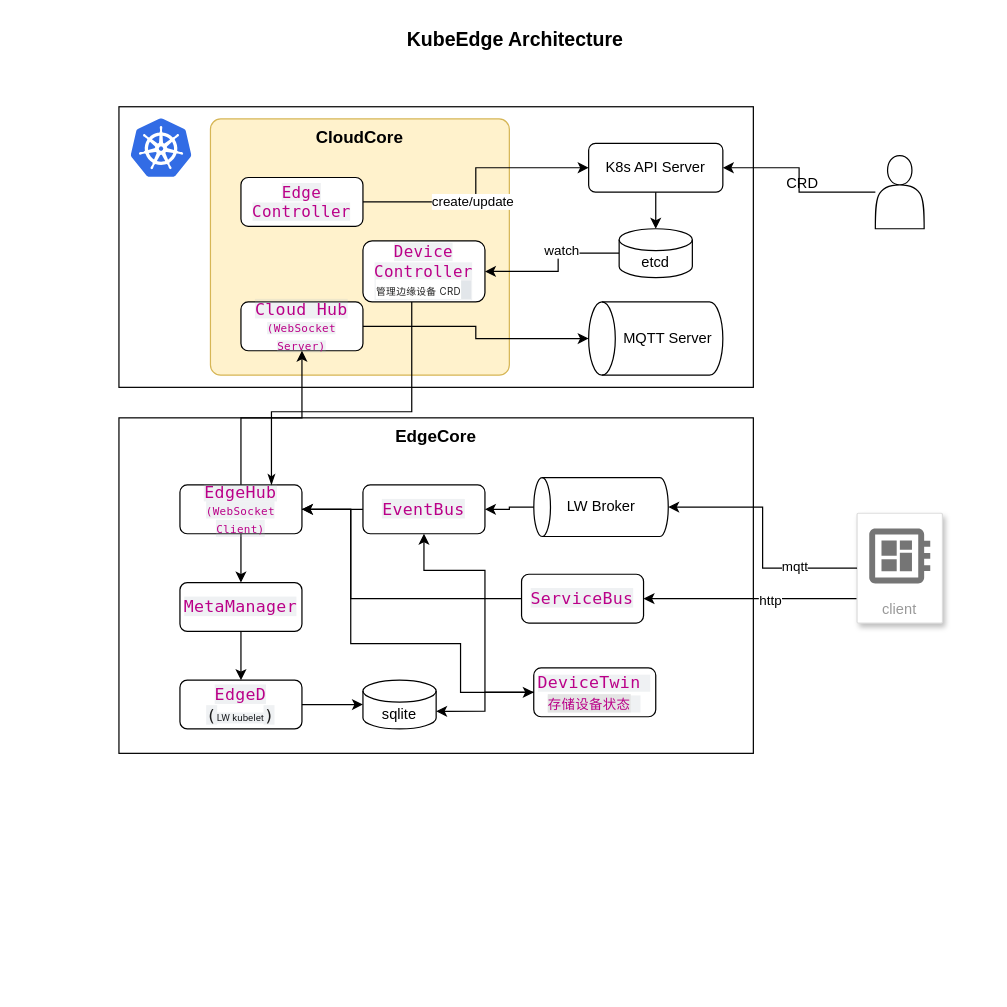
Before: KubeEdge.drawio in gengjie/aws_architecture, a draw.io diagram. Source tidied: cells renumbered, new cells numbered last; positions are measured from the earlier drawing's top-left corner, leaving out a move shared by most shapes. Both pictures are drawn from the tidied source at 122%, with x=0, y=0 at pixel (118, 21).
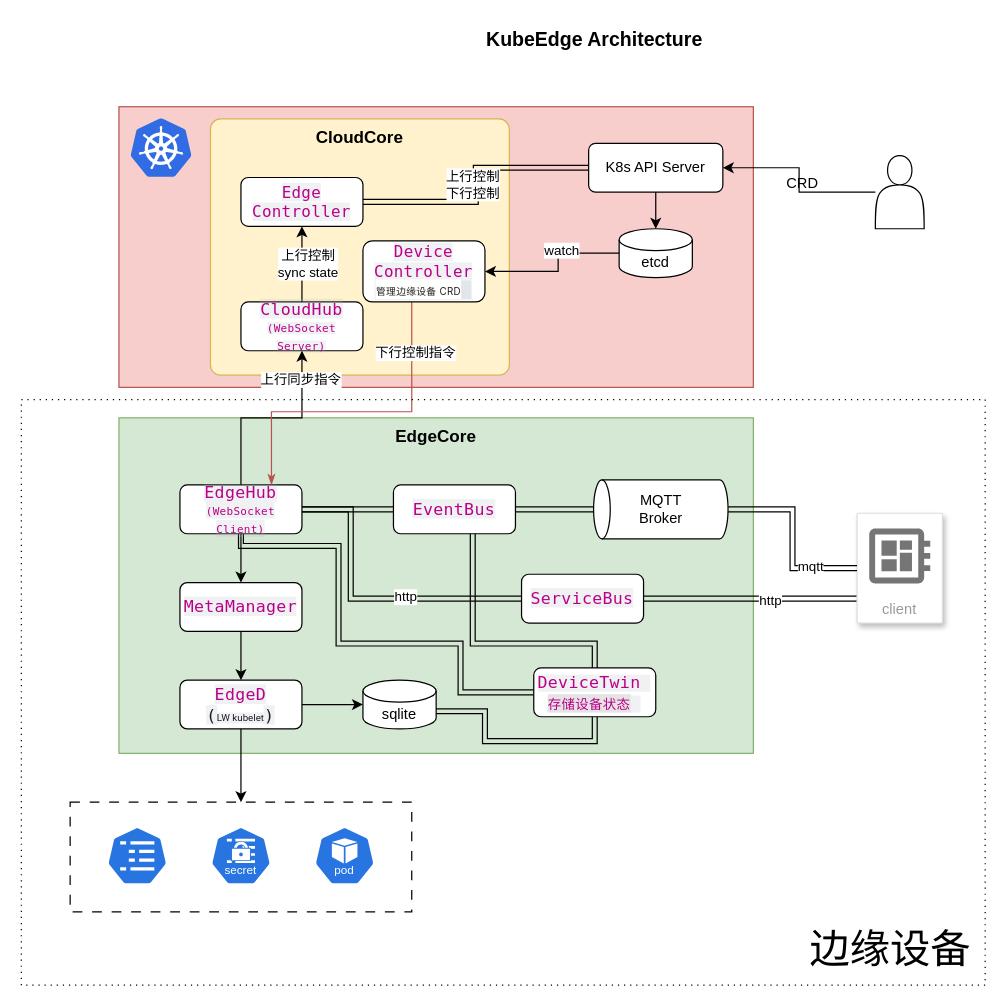
Above is the later version.

The change refers to these unchanged cells:
```xml
<mxCell id="8" style="edgeStyle=orthogonalEdgeStyle;rounded=0;jettySize=auto;html=1;entryX=0.5;entryY=1;entryDx=0;entryDy=0;shadow=0;" parent="1" edge="1" source="11" target="7">
  <mxGeometry relative="1" as="geometry" />
</mxCell>
<mxCell id="11" value="&lt;div style=&quot;&quot;&gt;&lt;font color=&quot;rgba(0, 0, 0, 0.88)&quot; face=&quot;ui-monospace, SFMono-Regular, SF Mono, Menlo, Consolas, Liberation Mono, monospace&quot;&gt;&lt;span style=&quot;letter-spacing: 0.25px; white-space-collapse: preserve-breaks; background-color: rgba(175, 184, 193, 0.2);&quot;&gt;&lt;span style=&quot;font-size: 13.6px;&quot;&gt;EdgeHub&lt;br&gt;&lt;/span&gt;&lt;font style=&quot;font-size: 9px;&quot;&gt;(WebSocket Client)&lt;/font&gt;&lt;/span&gt;&lt;/font&gt;&lt;/div&gt;" style="rounded=1;whiteSpace=wrap;html=1;align=center;" parent="1" vertex="1">
  <mxGeometry x="50" y="380" width="100" height="40" as="geometry" />
</mxCell>
<mxCell id="14" value="&lt;div&gt;&lt;font color=&quot;rgba(0, 0, 0, 0.88)&quot; face=&quot;ui-monospace, SFMono-Regular, SF Mono, Menlo, Consolas, Liberation Mono, monospace&quot;&gt;&lt;span style=&quot;letter-spacing: 0.25px; white-space-collapse: preserve-breaks; background-color: rgba(175, 184, 193, 0.2);&quot;&gt;Edge&lt;br/&gt;Controller&lt;/span&gt;&lt;/font&gt;&lt;/div&gt;" style="rounded=1;whiteSpace=wrap;html=1;align=center;fontSize=13;" parent="1" vertex="1">
  <mxGeometry x="100" y="128" width="100" height="40" as="geometry" />
</mxCell>
<mxCell id="15" value="K8s API Server" style="rounded=1;whiteSpace=wrap;html=1;arcSize=14;" parent="1" vertex="1">
  <mxGeometry x="385" y="100" width="110" height="40" as="geometry" />
</mxCell>
<mxCell id="17" value="&lt;font color=&quot;rgba(0, 0, 0, 0.88)&quot; face=&quot;ui-monospace, SFMono-Regular, SF Mono, Menlo, Consolas, Liberation Mono, monospace&quot;&gt;&lt;span style=&quot;letter-spacing: 0.25px; background-color: rgba(175, 184, 193, 0.2);&quot;&gt;&lt;span style=&quot;white-space-collapse: preserve-breaks;&quot;&gt;Device&lt;/span&gt;&lt;br&gt;&lt;span style=&quot;white-space-collapse: preserve-breaks;&quot;&gt;Controller&lt;/span&gt;&lt;br/&gt;&lt;div style=&quot;white-space-collapse: preserve-breaks; background-color: light-dark(rgba(175, 184, 193, 0.2), rgb(73, 81, 89)); text-align: center;&quot;&gt;&lt;span style=&quot;color: light-dark(rgba(0, 0, 0, 0.88), rgb(237, 237, 237)); white-space-collapse: collapse; font-family: Inter, -apple-system, BlinkMacSystemFont, &amp;quot;Segoe UI&amp;quot;, &amp;quot;SF Pro SC&amp;quot;, &amp;quot;SF Pro Display&amp;quot;, &amp;quot;SF Pro Icons&amp;quot;, &amp;quot;PingFang SC&amp;quot;, &amp;quot;Hiragino Sans GB&amp;quot;, &amp;quot;Microsoft YaHei&amp;quot;, &amp;quot;Helvetica Neue&amp;quot;, Helvetica, Arial, &amp;quot;Times New Roman&amp;quot;, &amp;quot;Arial Unicode MS&amp;quot;, &amp;quot;Lucida Sans Unicode&amp;quot;, KaTeX_Main, sans-serif; text-align: start; background-color: rgb(255, 255, 255);&quot;&gt;&lt;font style=&quot;font-size: 8px;&quot;&gt;管理边缘设备 CRD&lt;/font&gt;&lt;/span&gt;&lt;span style=&quot;background-color: light-dark(rgba(175, 184, 193, 0.2), rgb(73, 81, 89)); color: light-dark(rgba(0, 0, 0, 0.88), rgb(237, 237, 237));&quot;&gt;&amp;nbsp;&lt;/span&gt;&lt;/div&gt;&lt;/span&gt;&lt;/font&gt;" style="rounded=1;whiteSpace=wrap;html=1;align=center;fontSize=13;" parent="1" vertex="1">
  <mxGeometry x="200" y="180" width="100" height="50" as="geometry" />
</mxCell>
<mxCell id="29" value="&lt;div style=&quot;&quot;&gt;&lt;font face=&quot;ui-monospace, SFMono-Regular, SF Mono, Menlo, Consolas, Liberation Mono, monospace&quot; color=&quot;rgba(0, 0, 0, 0.88)&quot;&gt;&lt;span style=&quot;letter-spacing: 0.25px; white-space-collapse: preserve-breaks; background-color: rgba(175, 184, 193, 0.2);&quot;&gt;&lt;span style=&quot;font-size: 13.6px;&quot;&gt;DeviceTwin&amp;nbsp;&lt;br/&gt;&lt;/span&gt;&lt;span style=&quot;font-family: Inter, -apple-system, BlinkMacSystemFont, &amp;quot;Segoe UI&amp;quot;, &amp;quot;SF Pro SC&amp;quot;, &amp;quot;SF Pro Display&amp;quot;, &amp;quot;SF Pro Icons&amp;quot;, &amp;quot;PingFang SC&amp;quot;, &amp;quot;Hiragino Sans GB&amp;quot;, &amp;quot;Microsoft YaHei&amp;quot;, &amp;quot;Helvetica Neue&amp;quot;, Helvetica, Arial, &amp;quot;Times New Roman&amp;quot;, &amp;quot;Arial Unicode MS&amp;quot;, &amp;quot;Lucida Sans Unicode&amp;quot;, KaTeX_Main, sans-serif; text-align: start; white-space-collapse: collapse; background-color: rgb(228, 228, 228);&quot;&gt;&lt;font style=&quot;font-size: 11px;&quot;&gt;存储设备状态&lt;/font&gt;&lt;/span&gt;&lt;span style=&quot;font-size: 13.6px;&quot;&gt;&amp;nbsp;&lt;/span&gt;&lt;/span&gt;&lt;/font&gt;&lt;/div&gt;" style="rounded=1;whiteSpace=wrap;html=1;align=center;" parent="1" vertex="1">
  <mxGeometry x="340" y="530" width="100" height="40" as="geometry" />
</mxCell>
<mxCell id="30" value="sqlite" style="shape=cylinder3;whiteSpace=wrap;html=1;boundedLbl=1;backgroundOutline=1;size=8.980804443359375;" parent="1" vertex="1">
  <mxGeometry x="200" y="540" width="60" height="40" as="geometry" />
</mxCell>
<mxCell id="31" value="&lt;div style=&quot;&quot;&gt;&lt;font face=&quot;ui-monospace, SFMono-Regular, SF Mono, Menlo, Consolas, Liberation Mono, monospace&quot; color=&quot;rgba(0, 0, 0, 0.88)&quot;&gt;&lt;span style=&quot;font-size: 13.6px; letter-spacing: 0.25px; white-space-collapse: preserve-breaks; background-color: rgba(175, 184, 193, 0.2);&quot;&gt;EdgeD&lt;/span&gt;&lt;/font&gt;&lt;/div&gt;&lt;div style=&quot;text-align: start;&quot;&gt;&lt;font&gt;&lt;span style=&quot;color: light-dark(rgba(0, 0, 0, 0.88), rgb(237, 237, 237)); font-family: ui-monospace, SFMono-Regular, &amp;quot;SF Mono&amp;quot;, Menlo, Consolas, &amp;quot;Liberation Mono&amp;quot;, monospace; font-size: 13.6px; letter-spacing: 0.25px; white-space-collapse: preserve-breaks; background-color: rgba(175, 184, 193, 0.2);&quot;&gt;(&lt;/span&gt;&lt;span style=&quot;font-size: 8px; background-color: rgba(175, 184, 193, 0.2);&quot;&gt;&lt;font face=&quot;Roboto, sans-serif&quot; color=&quot;#1c1e21&quot;&gt;LW kubelet&lt;/font&gt;&lt;/span&gt;&lt;/font&gt;&lt;span style=&quot;background-color: light-dark(rgba(175, 184, 193, 0.2), rgb(73, 81, 89)); font-size: 13.6px; letter-spacing: 0.25px; white-space-collapse: preserve-breaks; color: light-dark(rgba(0, 0, 0, 0.88), rgb(237, 237, 237)); font-family: ui-monospace, SFMono-Regular, &amp;quot;SF Mono&amp;quot;, Menlo, Consolas, &amp;quot;Liberation Mono&amp;quot;, monospace;&quot;&gt;)&lt;/span&gt;&lt;/div&gt;" style="rounded=1;whiteSpace=wrap;html=1;align=center;" parent="1" vertex="1">
  <mxGeometry x="50" y="540" width="100" height="40" as="geometry" />
</mxCell>
<mxCell id="37" style="group;" parent="1" vertex="1">
  <mxGeometry x="340" y="370" width="136.7" height="83.2" as="geometry" />
</mxCell>
<mxCell id="43" value="client" style="fillColor=#ffffff;strokeColor=#dddddd;shadow=1;strokeWidth=1;rounded=1;absoluteArcSize=1;arcSize=2;labelPosition=center;verticalLabelPosition=middle;align=center;verticalAlign=bottom;spacingLeft=0;fontColor=#999999;fontSize=12;whiteSpace=wrap;spacingBottom=2;html=1;" parent="1" vertex="1">
  <mxGeometry x="605" y="403.2" width="70" height="90" as="geometry" />
</mxCell>
<mxCell id="49" value="&lt;div style=&quot;&quot;&gt;&lt;font face=&quot;ui-monospace, SFMono-Regular, SF Mono, Menlo, Consolas, Liberation Mono, monospace&quot; color=&quot;rgba(0, 0, 0, 0.88)&quot;&gt;&lt;span style=&quot;font-size: 13.6px; letter-spacing: 0.25px; white-space-collapse: preserve-breaks; background-color: rgba(175, 184, 193, 0.2);&quot;&gt;ServiceBus&lt;/span&gt;&lt;/font&gt;&lt;/div&gt;" style="rounded=1;whiteSpace=wrap;html=1;align=center;" parent="1" vertex="1">
  <mxGeometry x="330" y="453.2" width="100" height="40" as="geometry" />
</mxCell>
```

Diff of the diagram source:
```diff
@@
-    <mxCell id="2" style="rounded=1;whiteSpace=wrap;html=1;fillColor=none;arcSize=0;" parent="1" vertex="1">
+    <mxCell id="2" style="rounded=1;whiteSpace=wrap;html=1;fillColor=#f8cecc;arcSize=0;strokeColor=#b85450;" parent="1" vertex="1">
       <mxGeometry y="70" width="520" height="230" as="geometry" />
     </mxCell>
@@
     <mxCell id="5" value="KubeEdge Architecture" style="text;html=1;align=center;verticalAlign=middle;whiteSpace=wrap;rounded=0;fontStyle=1;fontSize=16;" parent="1" vertex="1">
-      <mxGeometry x="210" width="230" height="30" as="geometry" />
+      <mxGeometry x="275" width="230" height="30" as="geometry" />
     </mxCell>
-    <mxCell id="6" value="&lt;b&gt;&lt;font style=&quot;font-size: 14px;&quot;&gt;EdgeCore&lt;/font&gt;&lt;/b&gt;" style="rounded=1;whiteSpace=wrap;html=1;fillColor=none;arcSize=0;verticalAlign=top;" parent="1" vertex="1">
+    <mxCell id="6" value="&lt;b&gt;&lt;font style=&quot;font-size: 14px;&quot;&gt;EdgeCore&lt;/font&gt;&lt;/b&gt;" style="rounded=1;whiteSpace=wrap;html=1;fillColor=#d5e8d4;arcSize=0;verticalAlign=top;strokeColor=#82b366;" parent="1" vertex="1">
       <mxGeometry y="325" width="520" height="275" as="geometry" />
     </mxCell>
+    <mxCell id="51" style="edgeStyle=orthogonalEdgeStyle;rounded=0;jettySize=auto;html=1;entryX=0.5;entryY=1;entryDx=0;entryDy=0;" parent="1" edge="1" source="7" target="14">
+      <mxGeometry relative="1" as="geometry" />
+    </mxCell>
+    <mxCell id="52" value="上行控制&lt;br&gt;sync state" style="edgeLabel;html=1;align=center;verticalAlign=middle;" parent="51" vertex="1">
+      <mxGeometry x="0.03" y="-4" relative="1" as="geometry" />
+    </mxCell>
-    <mxCell id="7" value="&lt;div style=&quot;&quot;&gt;&lt;font color=&quot;rgba(0, 0, 0, 0.88)&quot; face=&quot;ui-monospace, SFMono-Regular, SF Mono, Menlo, Consolas, Liberation Mono, monospace&quot;&gt;&lt;span style=&quot;font-size: 13.6px; letter-spacing: 0.25px; white-space-collapse: preserve-breaks; background-color: rgba(175, 184, 193, 0.2);&quot;&gt;Cloud Hub&lt;br&gt;&lt;/span&gt;&lt;/font&gt;&lt;/div&gt;&lt;div style=&quot;&quot;&gt;&lt;font color=&quot;rgba(0, 0, 0, 0.88)&quot; face=&quot;ui-monospace, SFMono-Regular, SF Mono, Menlo, Consolas, Liberation Mono, monospace&quot; style=&quot;font-size: 9px;&quot;&gt;&lt;span style=&quot;letter-spacing: 0.25px; white-space-collapse: preserve-breaks; background-color: rgba(175, 184, 193, 0.2);&quot;&gt;(WebSocket Server)&lt;/span&gt;&lt;/font&gt;&lt;/div&gt;" style="rounded=1;whiteSpace=wrap;html=1;align=center;" parent="1" vertex="1">
+    <mxCell id="7" value="&lt;div style=&quot;&quot;&gt;&lt;font color=&quot;rgba(0, 0, 0, 0.88)&quot; face=&quot;ui-monospace, SFMono-Regular, SF Mono, Menlo, Consolas, Liberation Mono, monospace&quot;&gt;&lt;span style=&quot;font-size: 13.6px; letter-spacing: 0.25px; white-space-collapse: preserve-breaks; background-color: rgba(175, 184, 193, 0.2);&quot;&gt;CloudHub&lt;br&gt;&lt;/span&gt;&lt;/font&gt;&lt;/div&gt;&lt;div style=&quot;&quot;&gt;&lt;font color=&quot;rgba(0, 0, 0, 0.88)&quot; face=&quot;ui-monospace, SFMono-Regular, SF Mono, Menlo, Consolas, Liberation Mono, monospace&quot; style=&quot;font-size: 9px;&quot;&gt;&lt;span style=&quot;letter-spacing: 0.25px; white-space-collapse: preserve-breaks; background-color: rgba(175, 184, 193, 0.2);&quot;&gt;(WebSocket Server)&lt;/span&gt;&lt;/font&gt;&lt;/div&gt;" style="rounded=1;whiteSpace=wrap;html=1;align=center;" parent="1" vertex="1">
       <mxGeometry x="100" y="230" width="100" height="40" as="geometry" />
     </mxCell>
@@
+    <mxCell id="53" value="上行同步指令" style="edgeLabel;html=1;align=center;verticalAlign=middle;" parent="8" vertex="1">
+      <mxGeometry x="0.71" y="2" relative="1" as="geometry" />
+    </mxCell>
@@
-    <mxCell id="10" style="edgeStyle=orthogonalEdgeStyle;rounded=0;jettySize=auto;html=1;entryX=0;entryY=0.5;entryDx=0;entryDy=0;" parent="1" edge="1" source="11" target="29">
+    <mxCell id="10" style="edgeStyle=orthogonalEdgeStyle;rounded=0;jettySize=auto;html=1;entryX=0;entryY=0.5;entryDx=0;entryDy=0;shape=link;" parent="1" edge="1" source="11" target="29">
       <mxGeometry relative="1" as="geometry">
         <Array as="points">
-          <mxPoint x="190" y="400" />
-          <mxPoint x="190" y="510" />
+          <mxPoint x="100" y="430" />
+          <mxPoint x="180" y="430" />
+          <mxPoint x="180" y="510" />
           <mxPoint x="280" y="510" />
           <mxPoint x="280" y="550" />
         </Array>
       </mxGeometry>
     </mxCell>
+    <mxCell id="54" style="edgeStyle=orthogonalEdgeStyle;rounded=0;jettySize=auto;html=1;entryX=0;entryY=0.5;entryDx=0;entryDy=0;shape=link;flowAnimation=1;" parent="1" edge="1" source="11" target="27">
+      <mxGeometry relative="1" as="geometry" />
+    </mxCell>
@@
-    <mxCell id="12" style="edgeStyle=orthogonalEdgeStyle;rounded=0;jettySize=auto;html=1;entryX=0;entryY=0.5;entryDx=0;entryDy=0;" parent="1" edge="1" source="14" target="15">
+    <mxCell id="12" style="edgeStyle=orthogonalEdgeStyle;rounded=0;jettySize=auto;html=1;entryX=0;entryY=0.5;entryDx=0;entryDy=0;shape=link;" parent="1" edge="1" source="14" target="15">
       <mxGeometry relative="1" as="geometry" />
     </mxCell>
-    <mxCell id="13" value="create/update" style="edgeLabel;html=1;align=center;verticalAlign=middle;" parent="12" vertex="1">
-      <mxGeometry x="-0.16" y="1" relative="1" as="geometry" />
+    <mxCell id="13" value="上行控制&lt;br&gt;下行控制" style="edgeLabel;html=1;align=center;verticalAlign=middle;" parent="12" vertex="1">
+      <mxGeometry x="-0.16" y="1" relative="1" as="geometry">
+        <mxPoint y="-14" as="offset" />
+      </mxGeometry>
     </mxCell>
@@
-    <mxCell id="16" style="edgeStyle=orthogonalEdgeStyle;rounded=0;jettySize=auto;html=1;entryX=0.75;entryY=0;entryDx=0;entryDy=0;strokeColor=default;endArrow=classicThin;endFill=1;" parent="1" edge="1" source="17" target="11">
+    <mxCell id="16" style="edgeStyle=orthogonalEdgeStyle;rounded=0;jettySize=auto;html=1;entryX=0.75;entryY=0;entryDx=0;entryDy=0;strokeColor=#b85450;endArrow=classicThin;endFill=1;fillColor=#f8cecc;" parent="1" edge="1" source="17" target="11">
       <mxGeometry relative="1" as="geometry">
         <Array as="points">
           <mxPoint x="240" y="320" />
           <mxPoint x="125" y="320" />
         </Array>
       </mxGeometry>
     </mxCell>
+    <mxCell id="55" value="下行控制指令" style="edgeLabel;html=1;align=center;verticalAlign=middle;" parent="16" vertex="1">
+      <mxGeometry x="-0.69" y="2" relative="1" as="geometry" />
+    </mxCell>
@@
-    <mxCell id="18" style="group;" parent="1" vertex="1">
-      <mxGeometry x="385" y="230" width="110" height="60" as="geometry" />
-    </mxCell>
-    <mxCell id="19" style="shape=cylinder3;whiteSpace=wrap;html=1;boundedLbl=1;backgroundOutline=1;size=10.91925048828125;rotation=-90;" parent="18" vertex="1">
-      <mxGeometry x="25" y="-25" width="60" height="110" as="geometry" />
-    </mxCell>
-    <mxCell id="20" value="MQTT Server" style="text;html=1;align=center;verticalAlign=middle;whiteSpace=wrap;rounded=0;" parent="18" vertex="1">
-      <mxGeometry x="25" y="15" width="80" height="30" as="geometry" />
-    </mxCell>
@@
-    <mxCell id="25" style="edgeStyle=orthogonalEdgeStyle;rounded=0;jettySize=auto;html=1;entryX=0.5;entryY=0;entryDx=0;entryDy=0;entryPerimeter=0;" parent="1" edge="1" source="7" target="19">
-      <mxGeometry relative="1" as="geometry" />
-    </mxCell>
-    <mxCell id="26" style="edgeStyle=orthogonalEdgeStyle;rounded=0;jettySize=auto;html=1;" parent="1" edge="1" source="27" target="11">
-      <mxGeometry relative="1" as="geometry" />
-    </mxCell>
+    <mxCell id="56" style="edgeStyle=orthogonalEdgeStyle;rounded=0;jettySize=auto;html=1;entryX=0.5;entryY=0;entryDx=0;entryDy=0;jumpStyle=none;flowAnimation=1;shape=link;width=-4;" parent="1" edge="1" source="27" target="29">
+      <mxGeometry relative="1" as="geometry">
+        <Array as="points">
+          <mxPoint x="290" y="510" />
+          <mxPoint x="390" y="510" />
+        </Array>
+      </mxGeometry>
+    </mxCell>
     <mxCell id="27" value="&lt;div style=&quot;&quot;&gt;&lt;font face=&quot;ui-monospace, SFMono-Regular, SF Mono, Menlo, Consolas, Liberation Mono, monospace&quot; color=&quot;rgba(0, 0, 0, 0.88)&quot;&gt;&lt;span style=&quot;font-size: 13.6px; letter-spacing: 0.25px; white-space-collapse: preserve-breaks; background-color: rgba(175, 184, 193, 0.2);&quot;&gt;EventBus&lt;/span&gt;&lt;/font&gt;&lt;/div&gt;" style="rounded=1;whiteSpace=wrap;html=1;align=center;" parent="1" vertex="1">
-      <mxGeometry x="200" y="380" width="100" height="40" as="geometry" />
+      <mxGeometry x="225" y="380" width="100" height="40" as="geometry" />
     </mxCell>
-    <mxCell id="28" style="edgeStyle=orthogonalEdgeStyle;rounded=0;jettySize=auto;html=1;entryX=0.5;entryY=1;entryDx=0;entryDy=0;" parent="1" edge="1" source="29" target="27">
-      <mxGeometry relative="1" as="geometry">
-        <Array as="points">
-          <mxPoint x="300" y="550" />
-          <mxPoint x="300" y="450" />
-          <mxPoint x="250" y="450" />
-        </Array>
-      </mxGeometry>
-    </mxCell>
@@
+    <mxCell id="57" style="edgeStyle=orthogonalEdgeStyle;rounded=0;jettySize=auto;html=1;entryX=0.5;entryY=0;entryDx=0;entryDy=0;" parent="1" edge="1" source="31" target="62">
+      <mxGeometry relative="1" as="geometry" />
+    </mxCell>
@@
     <mxCell id="38" style="shape=cylinder3;whiteSpace=wrap;html=1;boundedLbl=1;backgroundOutline=1;size=6.828120117187382;rotation=-90;" parent="37" vertex="1">
-      <mxGeometry x="31" y="-27" width="48.3" height="110.2" as="geometry" />
+      <mxGeometry x="80" y="-25.1" width="48.3" height="110.2" as="geometry" />
     </mxCell>
-    <mxCell id="39" value="LW Broker" style="text;html=1;align=center;verticalAlign=middle;whiteSpace=wrap;rounded=0;" parent="37" vertex="1">
-      <mxGeometry x="19.7" y="18.1" width="70.8" height="20" as="geometry" />
+    <mxCell id="39" value="MQTT Broker" style="text;html=1;align=center;verticalAlign=middle;whiteSpace=wrap;rounded=0;" parent="37" vertex="1">
+      <mxGeometry x="68.7" y="20" width="70.8" height="20" as="geometry" />
     </mxCell>
-    <mxCell id="40" style="edgeStyle=orthogonalEdgeStyle;rounded=0;jettySize=auto;html=1;entryX=1;entryY=0.5;entryDx=0;entryDy=0;" parent="1" edge="1" source="38" target="27">
+    <mxCell id="40" style="edgeStyle=orthogonalEdgeStyle;rounded=0;jettySize=auto;html=1;entryX=1;entryY=0.5;entryDx=0;entryDy=0;shape=link;flowAnimation=1;" parent="1" edge="1" source="38" target="27">
       <mxGeometry relative="1" as="geometry" />
     </mxCell>
-    <mxCell id="41" style="edgeStyle=orthogonalEdgeStyle;rounded=0;jettySize=auto;html=1;entryX=1;entryY=0.5;entryDx=0;entryDy=0;" parent="1" edge="1" source="43" target="49">
+    <mxCell id="41" style="edgeStyle=orthogonalEdgeStyle;rounded=0;jettySize=auto;html=1;entryX=1;entryY=0.5;entryDx=0;entryDy=0;shape=link;flowAnimation=1;" parent="1" edge="1" source="43" target="49">
       <mxGeometry relative="1" as="geometry">
         <Array as="points">
           <mxPoint x="605" y="473" />
         </Array>
       </mxGeometry>
     </mxCell>
@@
-    <mxCell id="45" style="edgeStyle=orthogonalEdgeStyle;rounded=0;jettySize=auto;html=1;entryX=0.5;entryY=1;entryDx=0;entryDy=0;entryPerimeter=0;" parent="1" edge="1" source="43" target="38">
+    <mxCell id="45" style="edgeStyle=orthogonalEdgeStyle;rounded=0;jettySize=auto;html=1;entryX=0.5;entryY=1;entryDx=0;entryDy=0;entryPerimeter=0;shape=link;flowAnimation=1;" parent="1" edge="1" source="43" target="38">
       <mxGeometry relative="1" as="geometry" />
     </mxCell>
@@
-    <mxCell id="48" style="edgeStyle=orthogonalEdgeStyle;rounded=0;jettySize=auto;html=1;entryX=1;entryY=0.5;entryDx=0;entryDy=0;" parent="1" edge="1" source="49" target="11">
+    <mxCell id="48" style="edgeStyle=orthogonalEdgeStyle;rounded=0;jettySize=auto;html=1;entryX=1;entryY=0.5;entryDx=0;entryDy=0;shape=link;flowAnimation=1;" parent="1" edge="1" source="49" target="11">
       <mxGeometry relative="1" as="geometry">
         <Array as="points">
           <mxPoint x="190" y="473" />
           <mxPoint x="190" y="400" />
         </Array>
       </mxGeometry>
     </mxCell>
+    <mxCell id="58" value="http" style="edgeLabel;html=1;align=center;verticalAlign=middle;" parent="48" vertex="1">
+      <mxGeometry x="-0.24" y="-2" relative="1" as="geometry" />
+    </mxCell>
@@
-    <mxCell id="50" style="edgeStyle=orthogonalEdgeStyle;rounded=0;jettySize=auto;html=1;entryX=1;entryY=0;entryDx=0;entryDy=25.509597778320312;entryPerimeter=0;" parent="1" edge="1" source="29" target="30">
-      <mxGeometry relative="1" as="geometry" />
+    <mxCell id="50" style="edgeStyle=orthogonalEdgeStyle;rounded=0;jettySize=auto;html=1;entryX=1;entryY=0;entryDx=0;entryDy=25.509597778320312;entryPerimeter=0;shape=link;" parent="1" edge="1" source="29" target="30">
+      <mxGeometry relative="1" as="geometry">
+        <Array as="points">
+          <mxPoint x="390" y="590" />
+          <mxPoint x="300" y="590" />
+          <mxPoint x="300" y="566" />
+        </Array>
+      </mxGeometry>
     </mxCell>
+    <mxCell id="59" style="sketch=0;html=1;dashed=0;whitespace=wrap;verticalLabelPosition=bottom;verticalAlign=top;fillColor=#2875E2;strokeColor=#ffffff;shape=mxgraph.kubernetes.icon2;prIcon=cm;" parent="1" vertex="1">
+      <mxGeometry x="-10" y="660" width="50" height="48" as="geometry" />
+    </mxCell>
+    <mxCell id="60" style="sketch=0;html=1;dashed=0;whitespace=wrap;verticalLabelPosition=bottom;verticalAlign=top;fillColor=#2875E2;strokeColor=#ffffff;shape=mxgraph.kubernetes.icon2;kubernetesLabel=1;prIcon=secret;" parent="1" vertex="1">
+      <mxGeometry x="75" y="660" width="50" height="48" as="geometry" />
+    </mxCell>
+    <mxCell id="61" style="sketch=0;html=1;dashed=0;whitespace=wrap;verticalLabelPosition=bottom;verticalAlign=top;fillColor=#2875E2;strokeColor=#ffffff;shape=mxgraph.kubernetes.icon2;kubernetesLabel=1;prIcon=pod;" parent="1" vertex="1">
+      <mxGeometry x="160" y="660" width="50" height="48" as="geometry" />
+    </mxCell>
+    <mxCell id="62" style="rounded=0;whiteSpace=wrap;html=1;fillColor=none;dashed=1;dashPattern=8 8;" parent="1" vertex="1">
+      <mxGeometry x="-40" y="640" width="280" height="90" as="geometry" />
+    </mxCell>
+    <mxCell id="63" style="rounded=0;whiteSpace=wrap;html=1;fillColor=none;dashed=1;dashPattern=1 4;fontStyle=0;" parent="1" vertex="1">
+      <mxGeometry x="-80" y="310" width="790" height="480" as="geometry" />
+    </mxCell>
+    <mxCell id="64" value="边缘设备" style="text;html=1;align=center;verticalAlign=middle;whiteSpace=wrap;rounded=0;strokeWidth=5;fontSize=33;" parent="1" vertex="1">
+      <mxGeometry x="560" y="740" width="145" height="40" as="geometry" />
+    </mxCell>
```
